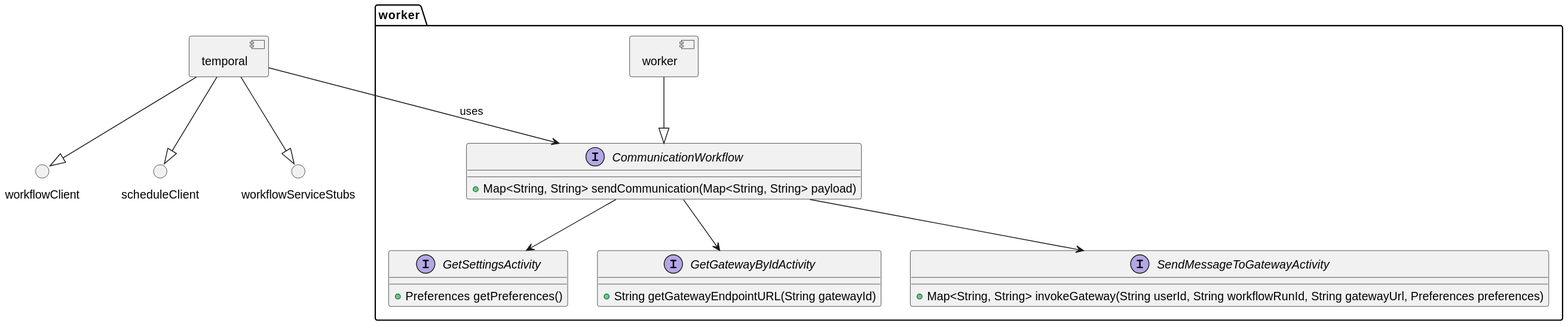
This is Designs/Images/System Context/Components/WorkerInterfaces.svg from CameronWard301/communication_scheduler, a PlantUML export, as it was before one commit.
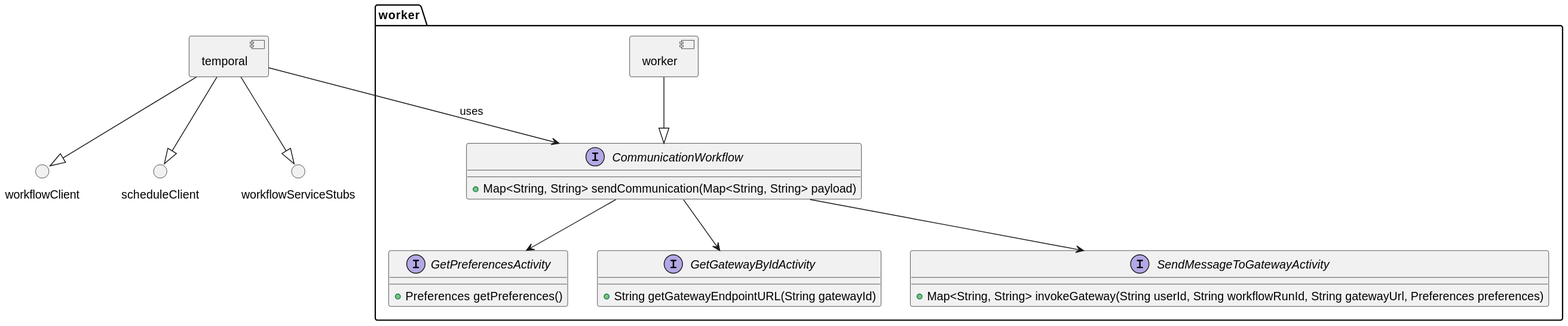
The same diagram one commit later.

Change to the diagram source:
```diff
@@ -20,7 +20,7 @@
         + Map<String, String> sendCommunication(Map<String, String> payload)
     }
 
-    interface GetSettingsActivity {
+    interface GetPreferencesActivity {
         + Preferences getPreferences()
     }
 
@@ -33,7 +33,7 @@
     }
 
     worker --|> CommunicationWorkflow
-    CommunicationWorkflow --> GetSettingsActivity
+    CommunicationWorkflow --> GetPreferencesActivity
     CommunicationWorkflow --> SendMessageToGatewayActivity
     CommunicationWorkflow --> GetGatewayByIdActivity
 }
```
